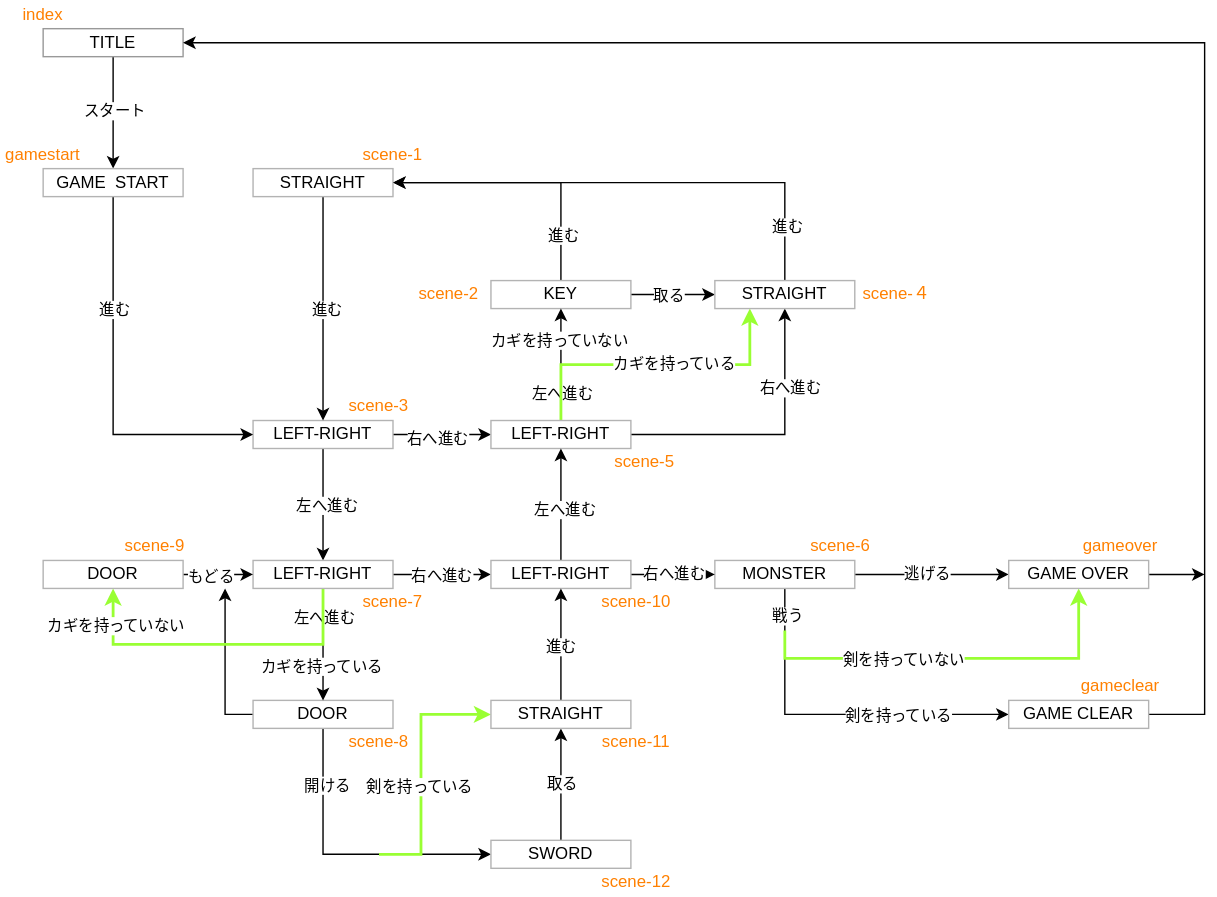
Earlier version of the draw.io export public/img/map.drawio.svg (yamagame/kobo-adventure). Source tidied: cells renumbered, new cells last; positions are measured from the earlier drawing's top-left corner, leaving out a move shared by most shapes.
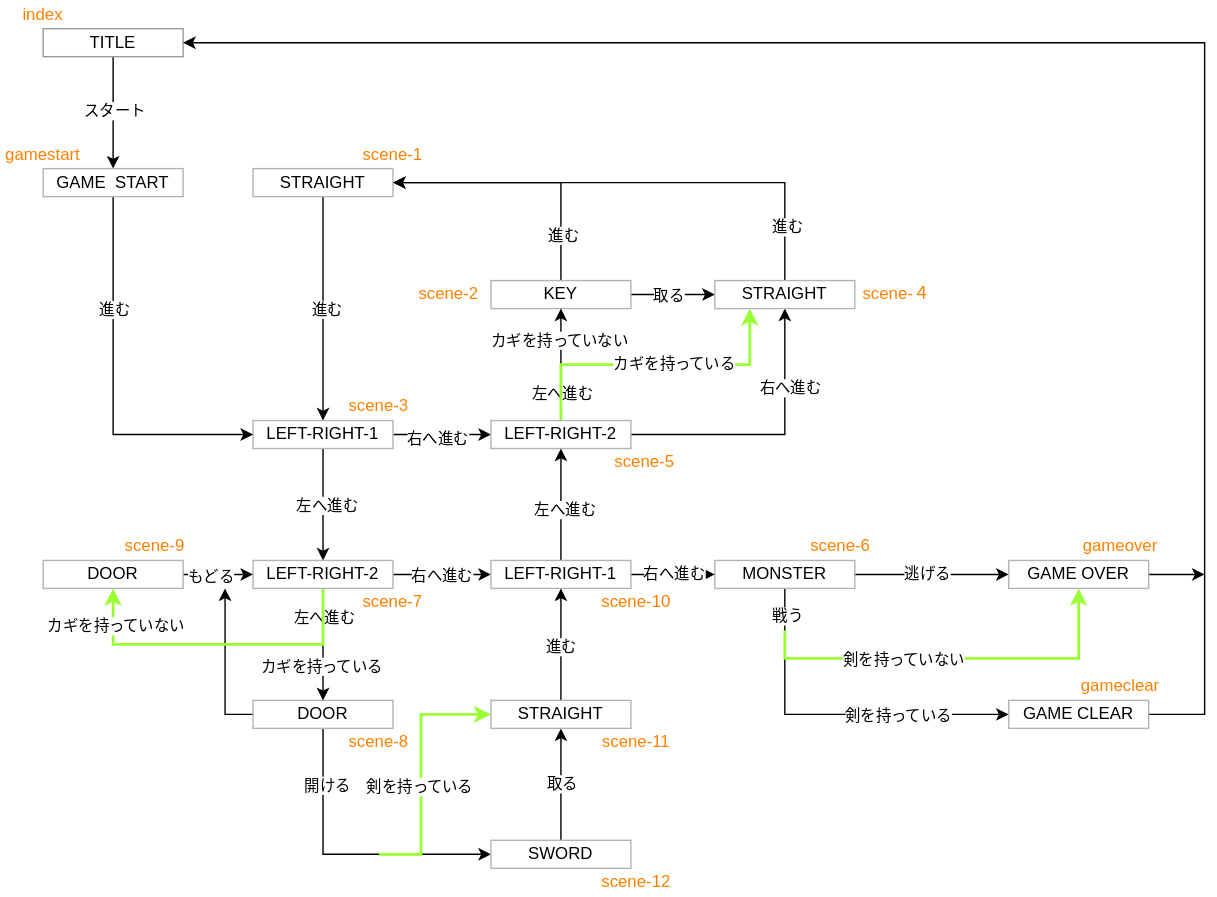
After the commit.

The edit, as a diff of the source:
```diff
@@ -79,7 +79,7 @@
     <mxCell id="20" value="右へ進む" style="edgeLabel;html=1;align=center;verticalAlign=middle;" parent="19" vertex="1">
       <mxGeometry x="-0.11" y="-2" relative="1" as="geometry" />
     </mxCell>
-    <mxCell id="21" value="LEFT-RIGHT" style="text;html=1;strokeColor=#B3B3B3;fillColor=none;align=center;verticalAlign=middle;whiteSpace=wrap;rounded=0;" parent="1" vertex="1">
+    <mxCell id="21" value="LEFT-RIGHT-1" style="text;html=1;strokeColor=#B3B3B3;fillColor=none;align=center;verticalAlign=middle;whiteSpace=wrap;rounded=0;" parent="1" vertex="1">
       <mxGeometry x="180" y="300" width="100" height="20" as="geometry" />
     </mxCell>
     <mxCell id="22" style="edgeStyle=orthogonalEdgeStyle;rounded=0;jettySize=auto;html=1;entryX=0.5;entryY=0;entryDx=0;entryDy=0;startArrow=none;startFill=0;endArrow=classic;endFill=1;fontColor=#FF8000;" parent="1" edge="1" source="24" target="87">
@@ -161,7 +161,7 @@
     <mxCell id="40" value="カギを持っている" style="edgeLabel;html=1;align=center;verticalAlign=middle;" parent="39" vertex="1">
       <mxGeometry x="0.12" y="1" relative="1" as="geometry" />
     </mxCell>
-    <mxCell id="41" value="LEFT-RIGHT" style="text;html=1;strokeColor=#B3B3B3;fillColor=none;align=center;verticalAlign=middle;whiteSpace=wrap;rounded=0;" parent="1" vertex="1">
+    <mxCell id="41" value="LEFT-RIGHT-2" style="text;html=1;strokeColor=#B3B3B3;fillColor=none;align=center;verticalAlign=middle;whiteSpace=wrap;rounded=0;" parent="1" vertex="1">
       <mxGeometry x="350" y="300" width="100" height="20" as="geometry" />
     </mxCell>
     <mxCell id="42" style="edgeStyle=orthogonalEdgeStyle;rounded=0;jettySize=auto;html=1;entryX=0;entryY=0.5;entryDx=0;entryDy=0;" parent="1" edge="1" source="50" target="55">
@@ -195,7 +195,7 @@
     <mxCell id="49" value="カギを持っていない" style="edgeLabel;html=1;align=center;verticalAlign=middle;" parent="48" vertex="1">
       <mxGeometry x="0.77" y="-1" relative="1" as="geometry" />
     </mxCell>
-    <mxCell id="50" value="LEFT-RIGHT" style="text;html=1;strokeColor=#B3B3B3;fillColor=none;align=center;verticalAlign=middle;whiteSpace=wrap;rounded=0;" parent="1" vertex="1">
+    <mxCell id="50" value="LEFT-RIGHT-2" style="text;html=1;strokeColor=#B3B3B3;fillColor=none;align=center;verticalAlign=middle;whiteSpace=wrap;rounded=0;" parent="1" vertex="1">
       <mxGeometry x="180" y="400" width="100" height="20" as="geometry" />
     </mxCell>
     <mxCell id="51" style="edgeStyle=orthogonalEdgeStyle;rounded=0;jettySize=auto;html=1;entryX=0.5;entryY=1;entryDx=0;entryDy=0;" parent="1" edge="1" source="55" target="41">
@@ -210,7 +210,7 @@
     <mxCell id="54" value="右へ進む" style="edgeLabel;html=1;align=center;verticalAlign=middle;" parent="53" vertex="1">
       <mxGeometry y="1" relative="1" as="geometry" />
     </mxCell>
-    <mxCell id="55" value="LEFT-RIGHT" style="text;html=1;strokeColor=#B3B3B3;fillColor=none;align=center;verticalAlign=middle;whiteSpace=wrap;rounded=0;" parent="1" vertex="1">
+    <mxCell id="55" value="LEFT-RIGHT-1" style="text;html=1;strokeColor=#B3B3B3;fillColor=none;align=center;verticalAlign=middle;whiteSpace=wrap;rounded=0;" parent="1" vertex="1">
       <mxGeometry x="350" y="400" width="100" height="20" as="geometry" />
     </mxCell>
     <mxCell id="56" style="edgeStyle=orthogonalEdgeStyle;rounded=0;jettySize=auto;html=1;entryX=1;entryY=0.5;entryDx=0;entryDy=0;" parent="1" edge="1" source="58" target="27">
```
